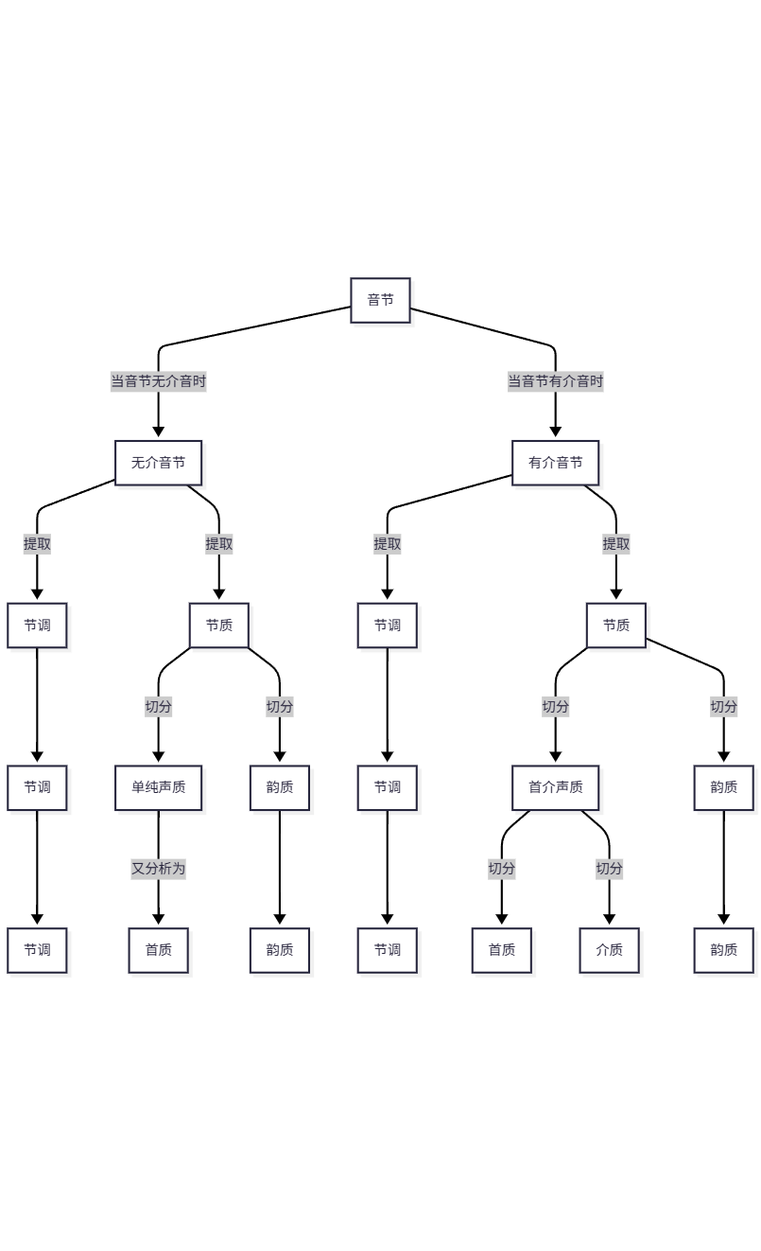
The Mermaid diagram YIME_Theory/flowchart/一调三质分析一式.png in tsaanghwang/Yime-prototype, before a commit. Its source is kept beside it as YIME_Theory/flowchart/一调三质分析一式.mmd.
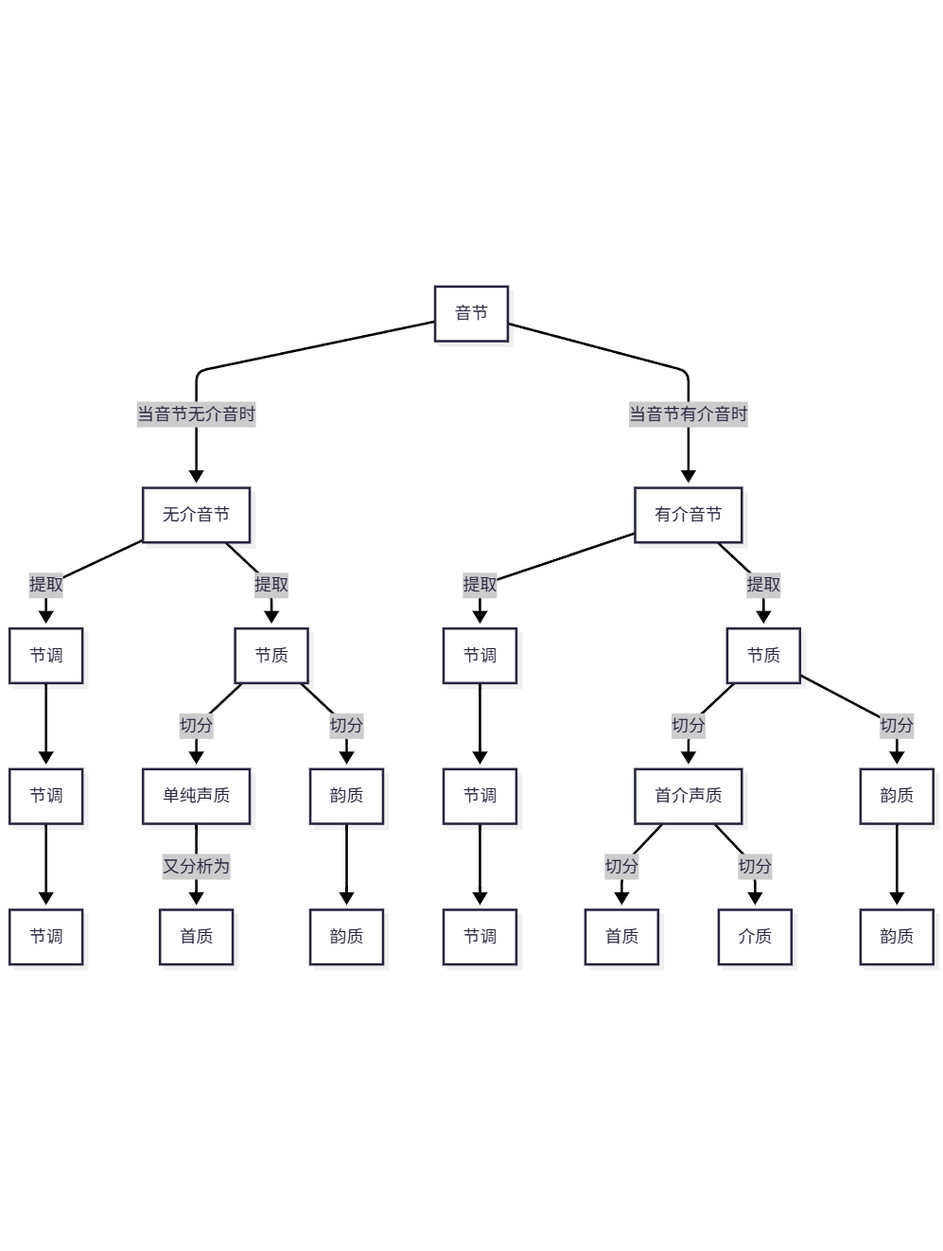
The same diagram one commit later.

Diff of the diagram source:
```diff
@@ -2,10 +2,10 @@
     A[音节] ---> |当音节无介音时|B[无介音节]
     A ---> |当音节有介音时|C[有介音节]
 
-    B ---> |提取|D[节调]
-    B ---> |提取|E[节质]
-    C ---> |提取|F[节调]
-    C ---> |提取|G[节质]
+    B --> |提取|D[节调]
+    B --> |提取|E[节质]
+    C --> |提取|F[节调]
+    C --> |提取|G[节质]
     D --> H[节调]
     E --> |切分|I[单纯声质]
     E --> |切分|J[韵质]
```
